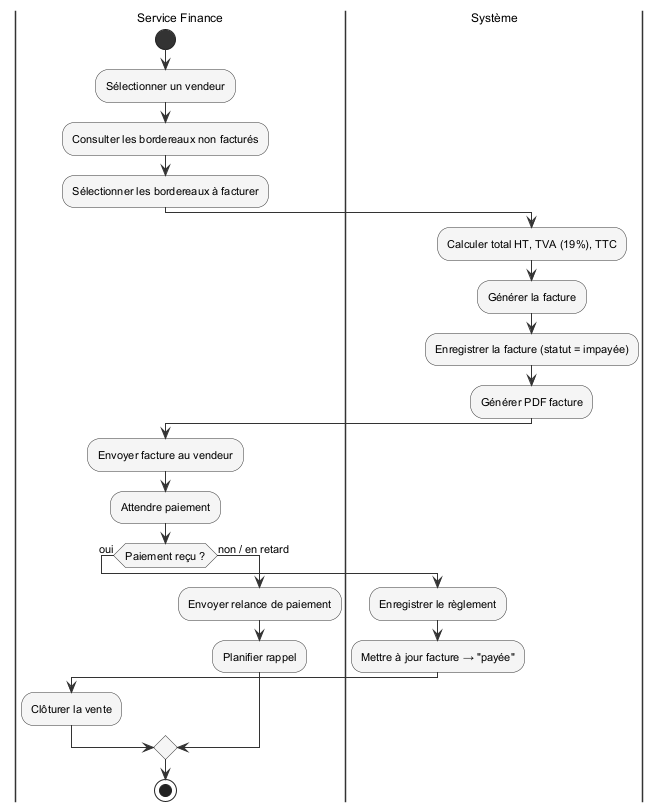
Before: Rapport/diagrams/sprint6_activity.png, a diagram exported from PlantUML (ayoubmek/PFE_data_science).
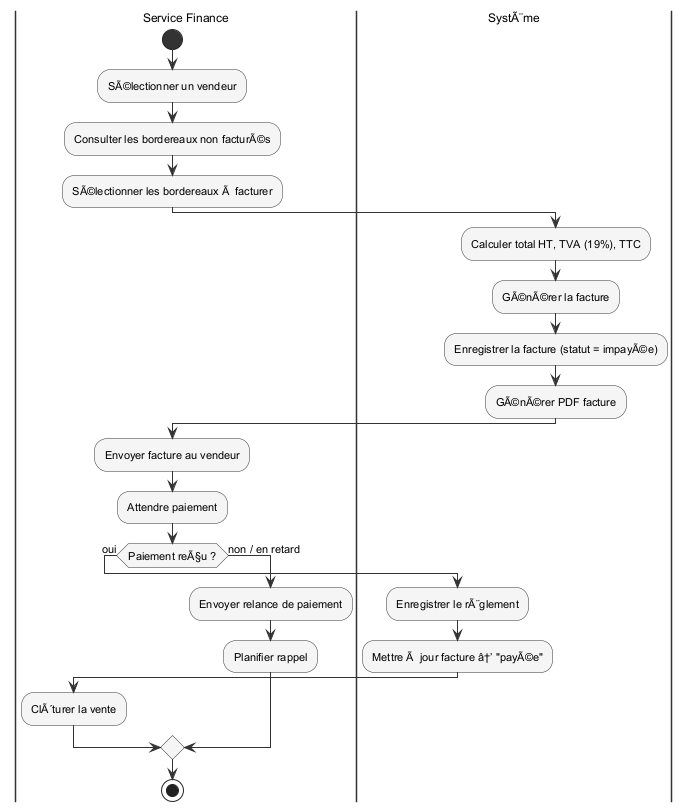
The same file after the commit.

Diff of the diagram source:
```diff
@@ -17,26 +17,26 @@
 
 |Service Finance|
 start
-:Sélectionner un vendeur;
-:Consulter les bordereaux non facturés;
-:Sélectionner les bordereaux à facturer;
+:SÃ©lectionner un vendeur;
+:Consulter les bordereaux non facturÃ©s;
+:SÃ©lectionner les bordereaux Ã  facturer;
 
-|Système|
+|SystÃ¨me|
 :Calculer total HT, TVA (19%), TTC;
-:Générer la facture;
-:Enregistrer la facture (statut = impayée);
-:Générer PDF facture;
+:GÃ©nÃ©rer la facture;
+:Enregistrer la facture (statut = impayÃ©e);
+:GÃ©nÃ©rer PDF facture;
 
 |Service Finance|
 :Envoyer facture au vendeur;
 :Attendre paiement;
 
-if (Paiement reçu ?) then (oui)
-  |Système|
-  :Enregistrer le règlement;
-  :Mettre à jour facture → "payée";
+if (Paiement reÃ§u ?) then (oui)
+  |SystÃ¨me|
+  :Enregistrer le rÃ¨glement;
+  :Mettre Ã  jour facture â†’ "payÃ©e";
   |Service Finance|
-  :Clôturer la vente;
+  :ClÃ´turer la vente;
 else (non / en retard)
   :Envoyer relance de paiement;
   :Planifier rappel;
```
